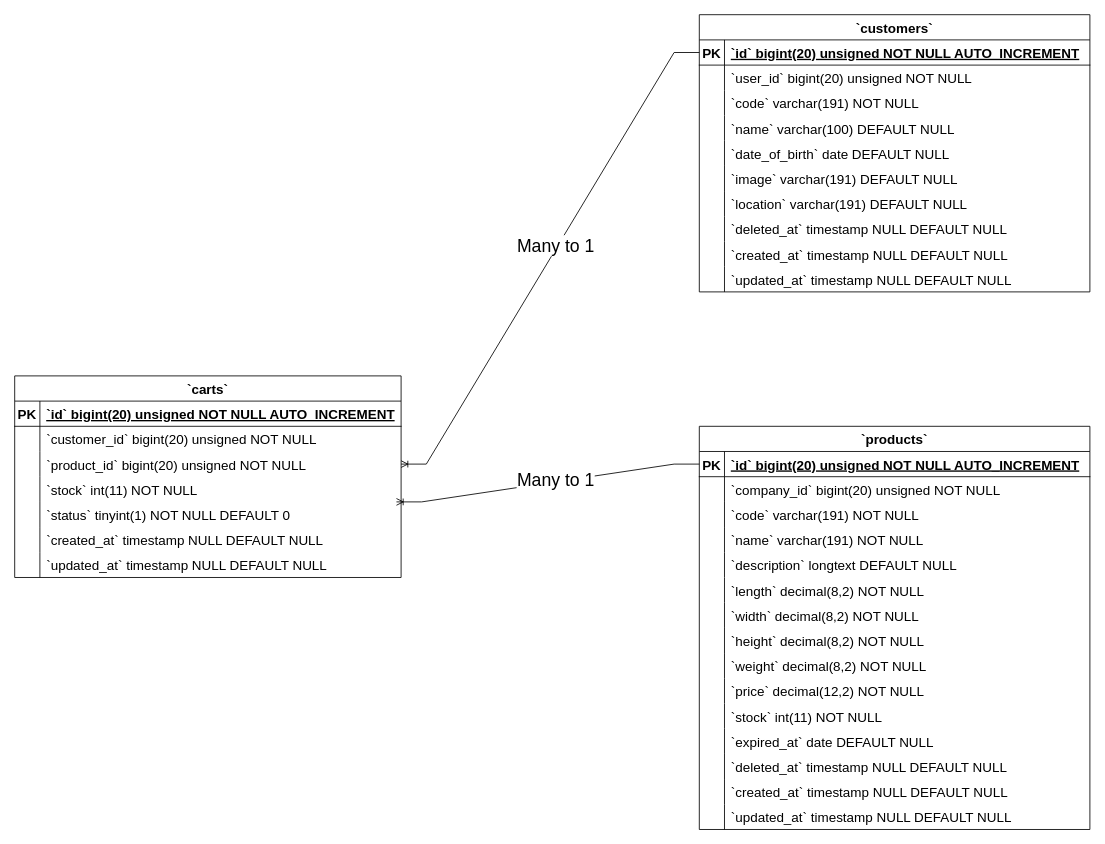
Above: Carts ERD Diagram.drawio in Simasco/diagram (draw.io), before the change. Source tidied: cells renumbered, new cells numbered last; positions are measured from the earlier drawing's top-left corner, leaving out a move shared by most shapes. Both pictures are drawn from the tidied source at 84%, with x=0, y=0 at pixel (14, 14).
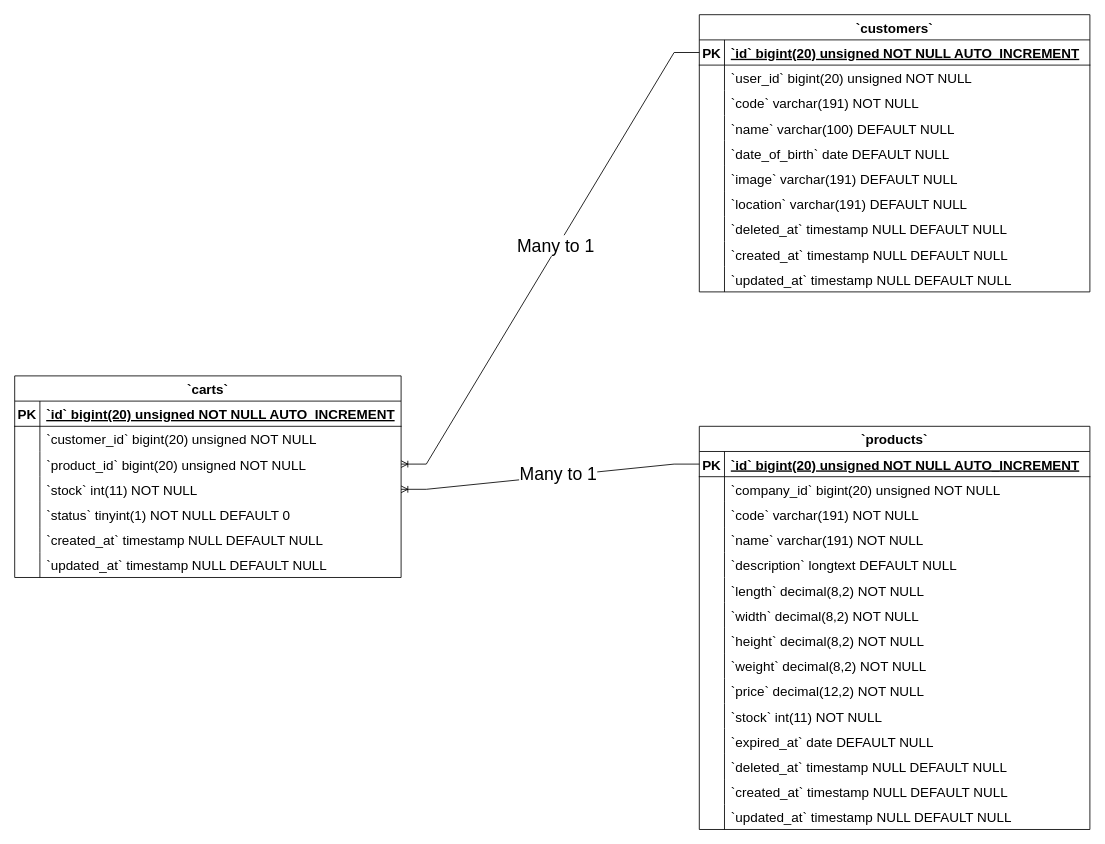
After the change.

The change refers to these unchanged cells:
```xml
<mxCell id="12" style="shape=tableRow;horizontal=0;startSize=0;swimlaneHead=0;swimlaneBody=0;fillColor=none;points=[[0,0.5],[1,0.5]];portConstraint=eastwest;strokeColor=inherit;top=0;left=0;right=0;bottom=0;fontSize=16;" parent="2" vertex="1">
  <mxGeometry y="120" width="460" height="30" as="geometry" />
</mxCell>
<mxCell id="15" style="shape=tableRow;horizontal=0;startSize=0;swimlaneHead=0;swimlaneBody=0;fillColor=none;points=[[0,0.5],[1,0.5]];portConstraint=eastwest;strokeColor=inherit;top=0;left=0;right=0;bottom=0;fontSize=16;" parent="2" vertex="1">
  <mxGeometry y="150" width="460" height="30" as="geometry" />
</mxCell>
<mxCell id="56" style="shape=tableRow;horizontal=0;startSize=0;swimlaneHead=0;swimlaneBody=0;fillColor=none;points=[[0,0.5],[1,0.5]];portConstraint=eastwest;strokeColor=inherit;top=0;left=0;right=0;bottom=1;fontSize=16;" parent="55" vertex="1">
  <mxGeometry y="30" width="465" height="30" as="geometry" />
</mxCell>
```

The edit, as a diff of the source:
```diff
@@
-    <mxCell id="103" style="edgeStyle=entityRelationEdgeStyle;fontSize=16;html=1;endArrow=ERoneToMany;rounded=0;entryX=0.988;entryY=0;entryDx=0;entryDy=0;entryPerimeter=0;" parent="1" edge="1" source="56" target="15">
+    <mxCell id="103" style="edgeStyle=entityRelationEdgeStyle;fontSize=16;html=1;endArrow=ERoneToMany;rounded=0;entryX=1;entryY=0.5;entryDx=0;entryDy=0;" parent="1" edge="1" source="56" target="12">
       <mxGeometry relative="1" as="geometry" />
     </mxCell>
```
